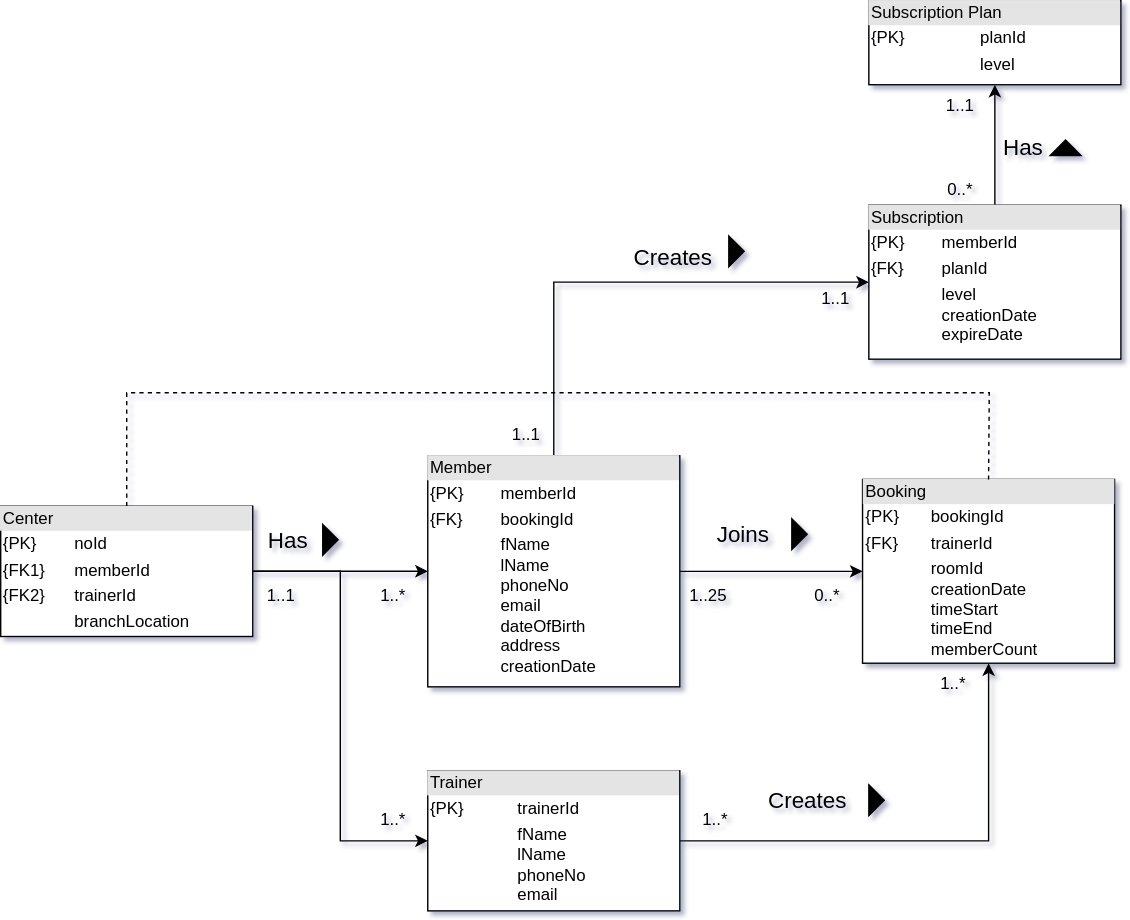
The draw.io diagram ER-diagram.svg in kleethesama/JumpForFunDB2, before a commit. Source tidied: cells renumbered, new cells last; positions are measured from the earlier drawing's top-left corner, leaving out a move shared by most shapes.
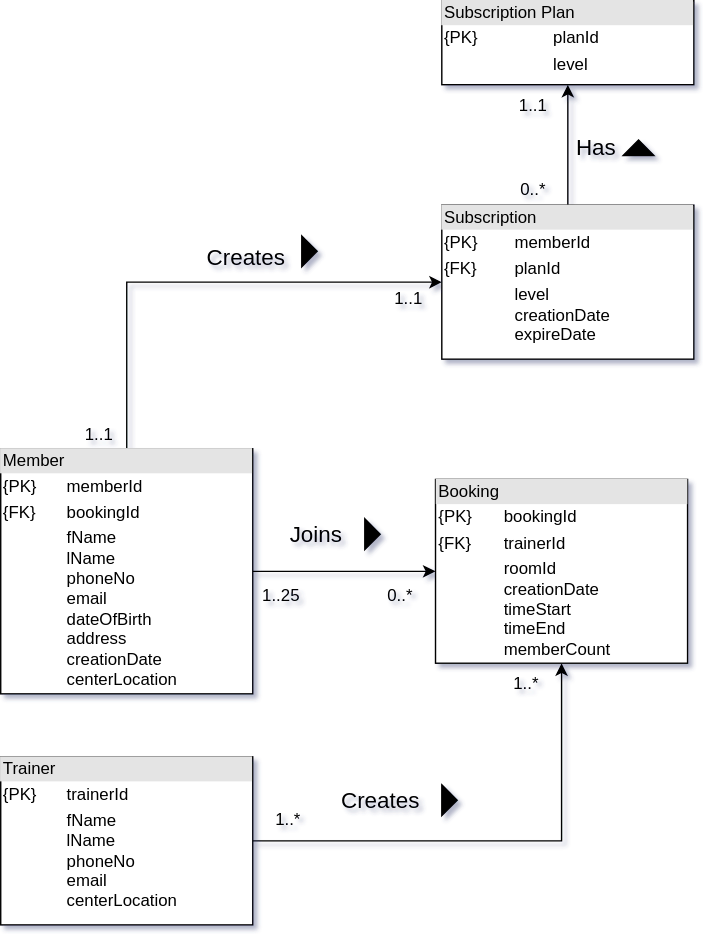
After the change.

Commit message:
Removing Center entity as it makes it more complex with little to no gain and adding a column for center location instead.

The edit, as a diff of the source:
```diff
@@ -2,9 +2,6 @@
   <root>
     <mxCell id="0" />
     <mxCell id="1" parent="0" />
-    <mxCell id="2" style="edgeStyle=orthogonalEdgeStyle;rounded=0;jettySize=auto;html=1;exitX=1;exitY=0.5;exitDx=0;exitDy=0;" parent="1" edge="1" source="7" target="5">
-      <mxGeometry relative="1" as="geometry" />
-    </mxCell>
     <mxCell id="3" style="edgeStyle=orthogonalEdgeStyle;rounded=0;jettySize=auto;html=1;" parent="1" edge="1" source="5" target="18">
       <mxGeometry relative="1" as="geometry" />
     </mxCell>
@@ -15,27 +12,9 @@
         </Array>
       </mxGeometry>
     </mxCell>
-    <mxCell id="5" value="&lt;div style=&quot;box-sizing:border-box;width:100%;background:#e4e4e4;padding:2px;&quot;&gt;Member&lt;/div&gt;&lt;table style=&quot;width:100%;font-size:1em;&quot; cellpadding=&quot;2&quot; cellspacing=&quot;0&quot;&gt;&lt;tbody&gt;&lt;tr&gt;&lt;td&gt;{PK}&lt;/td&gt;&lt;td&gt;memberId&lt;br&gt;&lt;/td&gt;&lt;/tr&gt;&lt;tr&gt;&lt;td&gt;{FK}&lt;br&gt;&lt;/td&gt;&lt;td&gt;bookingId&lt;br&gt;&lt;/td&gt;&lt;/tr&gt;&lt;tr&gt;&lt;td&gt;&lt;/td&gt;&lt;td&gt;fName&lt;br&gt;lName&lt;br&gt;phoneNo&lt;br&gt;email&lt;br&gt;dateOfBirth&lt;br&gt;address&lt;br&gt;creationDate&lt;br&gt;&lt;/td&gt;&lt;/tr&gt;&lt;/tbody&gt;&lt;/table&gt;" style="verticalAlign=top;align=left;overflow=fill;html=1;whiteSpace=wrap;" parent="1" vertex="1">
-      <mxGeometry x="305" y="325" width="180" height="165" as="geometry" />
+    <mxCell id="5" value="&lt;div style=&quot;box-sizing:border-box;width:100%;background:#e4e4e4;padding:2px;&quot;&gt;Member&lt;/div&gt;&lt;table style=&quot;width:100%;font-size:1em;&quot; cellpadding=&quot;2&quot; cellspacing=&quot;0&quot;&gt;&lt;tbody&gt;&lt;tr&gt;&lt;td&gt;{PK}&lt;/td&gt;&lt;td&gt;memberId&lt;br&gt;&lt;/td&gt;&lt;/tr&gt;&lt;tr&gt;&lt;td&gt;{FK}&lt;br&gt;&lt;/td&gt;&lt;td&gt;bookingId&lt;br&gt;&lt;/td&gt;&lt;/tr&gt;&lt;tr&gt;&lt;td&gt;&lt;/td&gt;&lt;td&gt;fName&lt;br&gt;lName&lt;br&gt;phoneNo&lt;br&gt;email&lt;br&gt;dateOfBirth&lt;br&gt;address&lt;br&gt;creationDate&lt;br&gt;centerLocation&lt;br&gt;&lt;/td&gt;&lt;/tr&gt;&lt;/tbody&gt;&lt;/table&gt;" style="verticalAlign=top;align=left;overflow=fill;html=1;whiteSpace=wrap;" parent="1" vertex="1">
+      <mxGeometry x="305" y="320" width="180" height="175" as="geometry" />
     </mxCell>
-    <mxCell id="6" style="edgeStyle=orthogonalEdgeStyle;rounded=0;jettySize=auto;html=1;entryX=0;entryY=0.5;entryDx=0;entryDy=0;" parent="1" edge="1" source="7" target="17">
-      <mxGeometry relative="1" as="geometry" />
-    </mxCell>
-    <mxCell id="7" value="&lt;div style=&quot;box-sizing:border-box;width:100%;background:#e4e4e4;padding:2px;&quot;&gt;Center&lt;br&gt;&lt;/div&gt;&lt;table style=&quot;width:100%;font-size:1em;&quot; cellpadding=&quot;2&quot; cellspacing=&quot;0&quot;&gt;&lt;tbody&gt;&lt;tr&gt;&lt;td&gt;{PK}&lt;/td&gt;&lt;td&gt;noId&lt;br&gt;&lt;/td&gt;&lt;/tr&gt;&lt;tr&gt;&lt;td&gt;{FK1}&lt;/td&gt;&lt;td&gt;memberId&lt;/td&gt;&lt;/tr&gt;&lt;tr&gt;&lt;td&gt;{FK2}&lt;/td&gt;&lt;td&gt;trainerId&lt;br&gt;&lt;/td&gt;&lt;/tr&gt;&lt;tr&gt;&lt;td&gt;&lt;/td&gt;&lt;td&gt;branchLocation&lt;br&gt;&lt;/td&gt;&lt;/tr&gt;&lt;/tbody&gt;&lt;/table&gt;" style="verticalAlign=top;align=left;overflow=fill;html=1;whiteSpace=wrap;" parent="1" vertex="1">
-      <mxGeometry y="360.9" width="180" height="93.1" as="geometry" />
-    </mxCell>
-    <mxCell id="8" value="1..1" style="text;html=1;align=center;verticalAlign=middle;strokeColor=none;fillColor=none;" parent="1" vertex="1">
-      <mxGeometry x="180" y="410" width="40" height="30" as="geometry" />
-    </mxCell>
-    <mxCell id="9" value="1..*" style="text;html=1;align=center;verticalAlign=middle;strokeColor=none;fillColor=none;" parent="1" vertex="1">
-      <mxGeometry x="260" y="410" width="40" height="30" as="geometry" />
-    </mxCell>
-    <mxCell id="10" value="&lt;font style=&quot;font-size: 16px;&quot;&gt;Has&lt;/font&gt;" style="text;html=1;align=center;verticalAlign=middle;strokeColor=none;fillColor=none;" parent="1" vertex="1">
-      <mxGeometry x="180" y="370" width="50" height="30" as="geometry" />
-    </mxCell>
-    <mxCell id="11" style="triangle;fillColor=strokeColor;" parent="1" vertex="1">
-      <mxGeometry x="230" y="374" width="11" height="22" as="geometry" />
-    </mxCell>
     <mxCell id="12" value="&lt;font style=&quot;font-size: 16px;&quot;&gt;Joins&lt;/font&gt;" style="text;html=1;align=center;verticalAlign=middle;strokeColor=none;fillColor=none;" parent="1" vertex="1">
       <mxGeometry x="500" y="366" width="60" height="30" as="geometry" />
     </mxCell>
@@ -51,8 +30,8 @@
     <mxCell id="16" style="edgeStyle=orthogonalEdgeStyle;rounded=0;jettySize=auto;html=1;" parent="1" edge="1" source="17" target="18">
       <mxGeometry relative="1" as="geometry" />
     </mxCell>
-    <mxCell id="17" value="&lt;div style=&quot;box-sizing:border-box;width:100%;background:#e4e4e4;padding:2px;&quot;&gt;Trainer&lt;/div&gt;&lt;table style=&quot;width:100%;font-size:1em;&quot; cellpadding=&quot;2&quot; cellspacing=&quot;0&quot;&gt;&lt;tbody&gt;&lt;tr&gt;&lt;td&gt;{PK}&lt;/td&gt;&lt;td&gt;trainerId&lt;br&gt;&lt;/td&gt;&lt;/tr&gt;&lt;tr&gt;&lt;td&gt;&lt;/td&gt;&lt;td&gt;fName&lt;br&gt;lName&lt;br&gt;phoneNo&lt;br&gt;email&lt;br&gt;&lt;/td&gt;&lt;/tr&gt;&lt;/tbody&gt;&lt;/table&gt;" style="verticalAlign=top;align=left;overflow=fill;html=1;whiteSpace=wrap;" parent="1" vertex="1">
-      <mxGeometry x="305" y="550" width="180" height="100" as="geometry" />
+    <mxCell id="17" value="&lt;div style=&quot;box-sizing:border-box;width:100%;background:#e4e4e4;padding:2px;&quot;&gt;Trainer&lt;/div&gt;&lt;table style=&quot;width:100%;font-size:1em;&quot; cellpadding=&quot;2&quot; cellspacing=&quot;0&quot;&gt;&lt;tbody&gt;&lt;tr&gt;&lt;td&gt;{PK}&lt;/td&gt;&lt;td&gt;trainerId&lt;br&gt;&lt;/td&gt;&lt;/tr&gt;&lt;tr&gt;&lt;td&gt;&lt;/td&gt;&lt;td&gt;fName&lt;br&gt;lName&lt;br&gt;phoneNo&lt;br&gt;email&lt;br&gt;centerLocation&lt;/td&gt;&lt;/tr&gt;&lt;/tbody&gt;&lt;/table&gt;" style="verticalAlign=top;align=left;overflow=fill;html=1;whiteSpace=wrap;" parent="1" vertex="1">
+      <mxGeometry x="305" y="540" width="180" height="120" as="geometry" />
     </mxCell>
     <mxCell id="18" value="&lt;div style=&quot;box-sizing:border-box;width:100%;background:#e4e4e4;padding:2px;&quot;&gt;Booking&lt;/div&gt;&lt;table style=&quot;width:100%;font-size:1em;&quot; cellpadding=&quot;2&quot; cellspacing=&quot;0&quot;&gt;&lt;tbody&gt;&lt;tr&gt;&lt;td&gt;{PK}&lt;/td&gt;&lt;td&gt;bookingId&lt;/td&gt;&lt;/tr&gt;&lt;tr&gt;&lt;td&gt;{FK}&lt;/td&gt;&lt;td&gt;trainerId&lt;/td&gt;&lt;/tr&gt;&lt;tr&gt;&lt;td&gt;&lt;/td&gt;&lt;td&gt;roomId&lt;br&gt;creationDate&lt;br&gt;timeStart&lt;br&gt;timeEnd&lt;br&gt;memberCount&lt;br&gt;&lt;/td&gt;&lt;/tr&gt;&lt;/tbody&gt;&lt;/table&gt;" style="verticalAlign=top;align=left;overflow=fill;html=1;whiteSpace=wrap;" parent="1" vertex="1">
       <mxGeometry x="615.5" y="341.9" width="180" height="131.2" as="geometry" />
@@ -69,17 +48,6 @@
     <mxCell id="22" value="1..*" style="text;html=1;align=center;verticalAlign=middle;strokeColor=none;fillColor=none;" parent="1" vertex="1">
       <mxGeometry x="490" y="570" width="40" height="30" as="geometry" />
     </mxCell>
-    <mxCell id="23" value="1..*" style="text;html=1;align=center;verticalAlign=middle;strokeColor=none;fillColor=none;" parent="1" vertex="1">
-      <mxGeometry x="260" y="570" width="40" height="30" as="geometry" />
-    </mxCell>
-    <mxCell id="24" style="endArrow=none;dashed=1;endFill=0;endSize=12;html=1;rounded=0;entryX=0.5;entryY=0;entryDx=0;entryDy=0;exitX=0.5;exitY=0;exitDx=0;exitDy=0;" parent="1" edge="1" source="7" target="18">
-      <mxGeometry relative="1" as="geometry">
-        <Array as="points">
-          <mxPoint x="90" y="280" />
-          <mxPoint x="706" y="280" />
-        </Array>
-      </mxGeometry>
-    </mxCell>
     <mxCell id="25" style="edgeStyle=orthogonalEdgeStyle;rounded=0;jettySize=auto;html=1;exitX=0.5;exitY=0;exitDx=0;exitDy=0;" parent="1" edge="1" source="26" target="31">
       <mxGeometry relative="1" as="geometry" />
     </mxCell>
```
